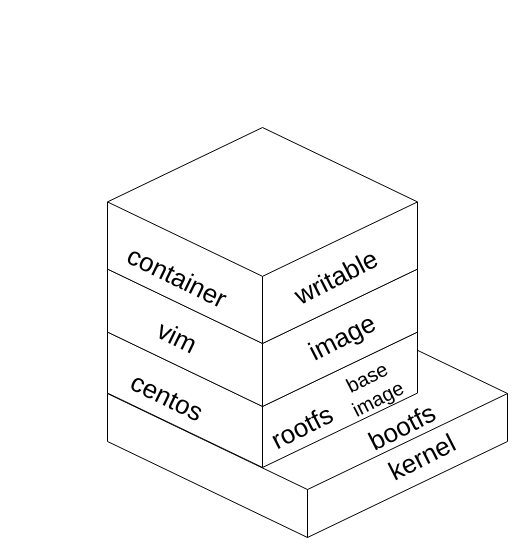
This is flow chart/Untitled Diagram.drawio from BraveLoveEric/Docker-struct, a draw.io file, before an edit. Source tidied: cells renumbered, new cells numbered last; positions are measured from the earlier drawing's top-left corner, leaving out a move shared by most shapes. Both pictures are drawn from the tidied source at 100%, with x=0, y=0 at pixel (107, 127).
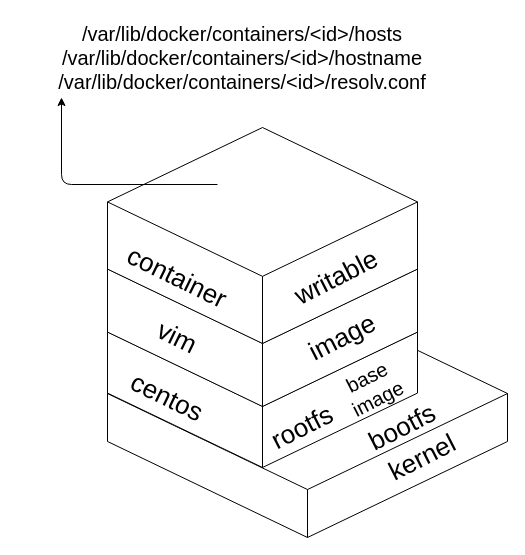
The same diagram, later.

The edit, as a diff of the source:
```diff
@@
 <mxGraphModel>
   <root>
     <mxCell id="0" />
     <mxCell id="1" parent="0" />
     <mxCell id="2" style="whiteSpace=wrap;html=1;shape=mxgraph.basic.isocube;isoAngle=15;rotation=0;" parent="1" vertex="1">
       <mxGeometry y="170" width="400" height="240" as="geometry" />
     </mxCell>
     <mxCell id="3" style="whiteSpace=wrap;html=1;shape=mxgraph.basic.isocube;isoAngle=15;" parent="1" vertex="1">
       <mxGeometry y="130" width="310" height="210" as="geometry" />
     </mxCell>
     <mxCell id="4" value="kernel" style="text;html=1;strokeColor=none;fillColor=none;align=center;verticalAlign=middle;whiteSpace=wrap;rounded=0;rotation=333;fontSize=26;" parent="1" vertex="1">
       <mxGeometry x="280" y="320" width="70" height="20" as="geometry" />
     </mxCell>
     <mxCell id="5" value="bootfs" style="text;html=1;strokeColor=none;fillColor=none;align=center;verticalAlign=middle;whiteSpace=wrap;rounded=0;rotation=333;fontSize=26;" parent="1" vertex="1">
       <mxGeometry x="260" y="290" width="70" height="20" as="geometry" />
     </mxCell>
     <mxCell id="6" value="centos" style="text;html=1;strokeColor=none;fillColor=none;align=center;verticalAlign=middle;whiteSpace=wrap;rounded=0;fontSize=26;rotation=26;" parent="1" vertex="1">
       <mxGeometry x="20" y="260" width="80" height="20" as="geometry" />
     </mxCell>
     <mxCell id="7" style="whiteSpace=wrap;html=1;shape=mxgraph.basic.isocube;isoAngle=15;" parent="1" vertex="1">
       <mxGeometry y="67" width="310" height="212" as="geometry" />
     </mxCell>
     <mxCell id="8" style="whiteSpace=wrap;html=1;shape=mxgraph.basic.isocube;isoAngle=15;" parent="1" vertex="1">
       <mxGeometry width="310" height="216" as="geometry" />
     </mxCell>
     <mxCell id="9" value="vim" style="text;html=1;strokeColor=none;fillColor=none;align=center;verticalAlign=middle;whiteSpace=wrap;rounded=0;fontSize=26;rotation=26;" parent="1" vertex="1">
       <mxGeometry x="30" y="200" width="80" height="20" as="geometry" />
     </mxCell>
     <mxCell id="10" value="container" style="text;html=1;strokeColor=none;fillColor=none;align=center;verticalAlign=middle;whiteSpace=wrap;rounded=0;fontSize=26;rotation=26;" parent="1" vertex="1">
       <mxGeometry x="30" y="140" width="80" height="20" as="geometry" />
     </mxCell>
     <mxCell id="11" value="rootfs" style="text;html=1;strokeColor=none;fillColor=none;align=center;verticalAlign=middle;whiteSpace=wrap;rounded=0;rotation=333;fontSize=26;" parent="1" vertex="1">
       <mxGeometry x="160" y="290" width="70" height="20" as="geometry" />
     </mxCell>
     <mxCell id="12" value="image" style="text;html=1;strokeColor=none;fillColor=none;align=center;verticalAlign=middle;whiteSpace=wrap;rounded=0;rotation=333;fontSize=26;" parent="1" vertex="1">
       <mxGeometry x="200" y="200" width="70" height="20" as="geometry" />
     </mxCell>
     <mxCell id="13" value="writable" style="text;html=1;strokeColor=none;fillColor=none;align=center;verticalAlign=middle;whiteSpace=wrap;rounded=0;rotation=333;fontSize=26;" parent="1" vertex="1">
       <mxGeometry x="194" y="140" width="70" height="20" as="geometry" />
     </mxCell>
     <mxCell id="14" value="base image" style="text;html=1;strokeColor=none;fillColor=none;align=center;verticalAlign=middle;whiteSpace=wrap;rounded=0;rotation=333;fontSize=20;" parent="1" vertex="1">
       <mxGeometry x="230" y="250" width="70" height="20" as="geometry" />
     </mxCell>
+    <mxCell id="15" style="endArrow=classic;html=1;fontSize=20;" parent="1" edge="1">
+      <mxGeometry relative="1" as="geometry">
+        <mxPoint x="110" y="57" as="sourcePoint" />
+        <mxPoint x="-46" y="-30" as="targetPoint" />
+        <Array as="points">
+          <mxPoint x="-46" y="57" />
+        </Array>
+      </mxGeometry>
+    </mxCell>
+    <mxCell id="16" value="/var/lib/docker/containers/&amp;lt;id&amp;gt;/hosts&lt;br&gt;/var/lib/docker/containers/&amp;lt;id&amp;gt;/hostname&lt;br&gt;/var/lib/docker/containers/&amp;lt;id&amp;gt;/resolv.conf" style="text;html=1;strokeColor=none;fillColor=none;align=center;verticalAlign=middle;whiteSpace=wrap;rounded=0;fontSize=20;" parent="1" vertex="1">
+      <mxGeometry x="-90" y="-110" width="450" height="80" as="geometry" />
+    </mxCell>
   </root>
 </mxGraphModel>
```
